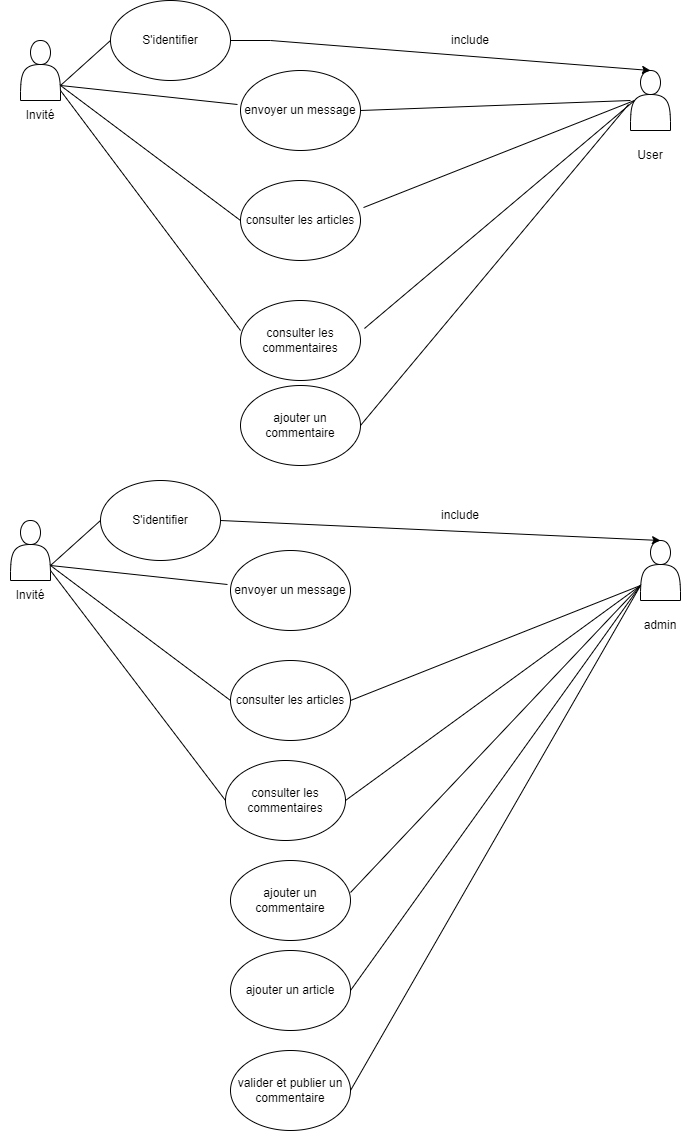
This is Diagrammes/Cas_d_utilisitation_blog.drawio.png from GaetanLgt/blog-oc, a draw.io export, as it was before one commit. Source tidied: cells renumbered, new cells last; positions are measured from the earlier drawing's top-left corner, leaving out a move shared by most shapes.
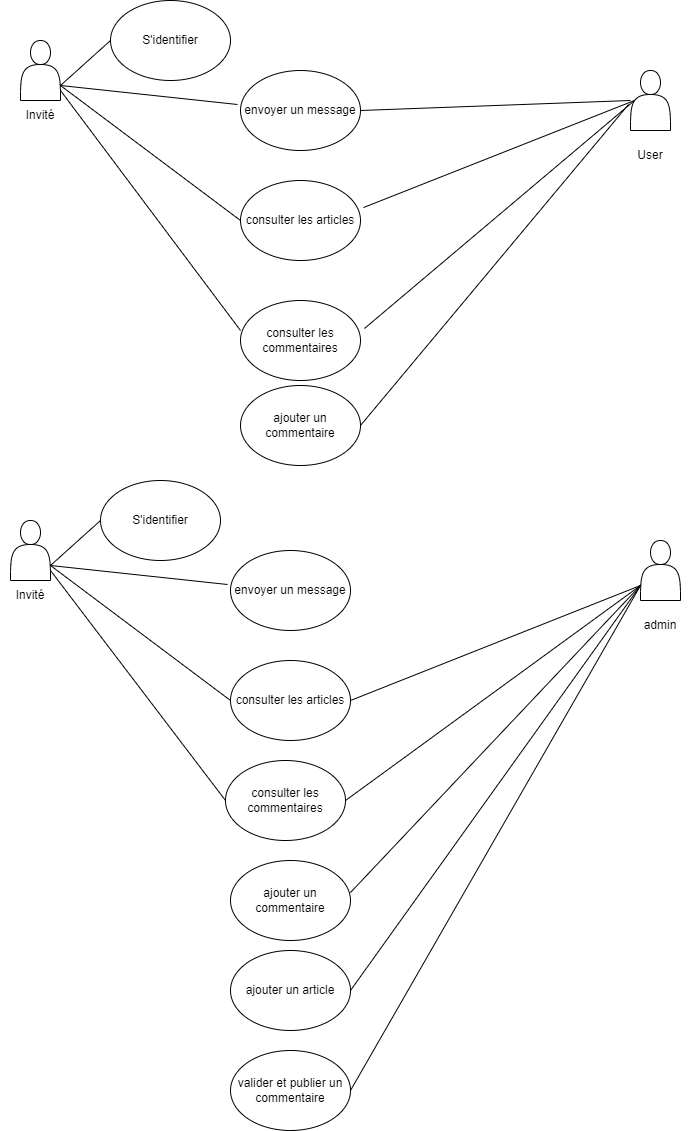
After the commit.

What changed in the source:
```diff
@@ -1,4 +1,4 @@
-<mxGraphModel>
+<mxGraphModel background="#ffffff">
   <root>
     <mxCell id="0" />
     <mxCell id="1" parent="0" />
@@ -40,16 +40,6 @@
     <mxCell id="13" style="endArrow=none;html=1;rounded=0;exitX=0.1;exitY=0.5;exitDx=0;exitDy=0;exitPerimeter=0;entryX=1.033;entryY=0.35;entryDx=0;entryDy=0;entryPerimeter=0;" parent="1" edge="1" source="4" target="9">
       <mxGeometry relative="1" as="geometry" />
     </mxCell>
-    <mxCell id="14" style="endArrow=classic;html=1;rounded=0;exitX=1;exitY=0.5;exitDx=0;exitDy=0;entryX=0.5;entryY=0;entryDx=0;entryDy=0;" parent="1" edge="1" source="5" target="4">
-      <mxGeometry relative="1" as="geometry">
-        <Array as="points">
-          <mxPoint x="270" y="40" />
-        </Array>
-      </mxGeometry>
-    </mxCell>
-    <mxCell id="15" value="include" style="text;html=1;strokeColor=none;fillColor=none;align=center;verticalAlign=middle;whiteSpace=wrap;rounded=0;" parent="1" vertex="1">
-      <mxGeometry x="440" y="25" width="60" height="30" as="geometry" />
-    </mxCell>
     <mxCell id="16" style="endArrow=none;html=1;rounded=0;exitX=-0.05;exitY=0.567;exitDx=0;exitDy=0;exitPerimeter=0;entryX=1;entryY=0.5;entryDx=0;entryDy=0;" parent="1" edge="1" source="4" target="8">
       <mxGeometry relative="1" as="geometry" />
     </mxCell>
@@ -109,12 +99,6 @@
     <mxCell id="33" style="endArrow=none;html=1;rounded=0;exitX=1;exitY=0.75;exitDx=0;exitDy=0;entryX=0;entryY=0.5;entryDx=0;entryDy=0;" parent="1" edge="1" source="20" target="24">
       <mxGeometry relative="1" as="geometry" />
     </mxCell>
-    <mxCell id="34" style="endArrow=classic;html=1;rounded=0;exitX=1;exitY=0.5;exitDx=0;exitDy=0;entryX=0.5;entryY=0;entryDx=0;entryDy=0;" parent="1" edge="1" source="24" target="22">
-      <mxGeometry relative="1" as="geometry" />
-    </mxCell>
-    <mxCell id="35" value="include" style="text;html=1;strokeColor=none;fillColor=none;align=center;verticalAlign=middle;whiteSpace=wrap;rounded=0;" parent="1" vertex="1">
-      <mxGeometry x="430" y="500" width="60" height="30" as="geometry" />
-    </mxCell>
     <mxCell id="36" style="endArrow=none;html=1;rounded=0;entryX=1;entryY=0.5;entryDx=0;entryDy=0;exitX=0;exitY=0.75;exitDx=0;exitDy=0;" parent="1" edge="1" source="22" target="26">
       <mxGeometry relative="1" as="geometry" />
     </mxCell>
```
